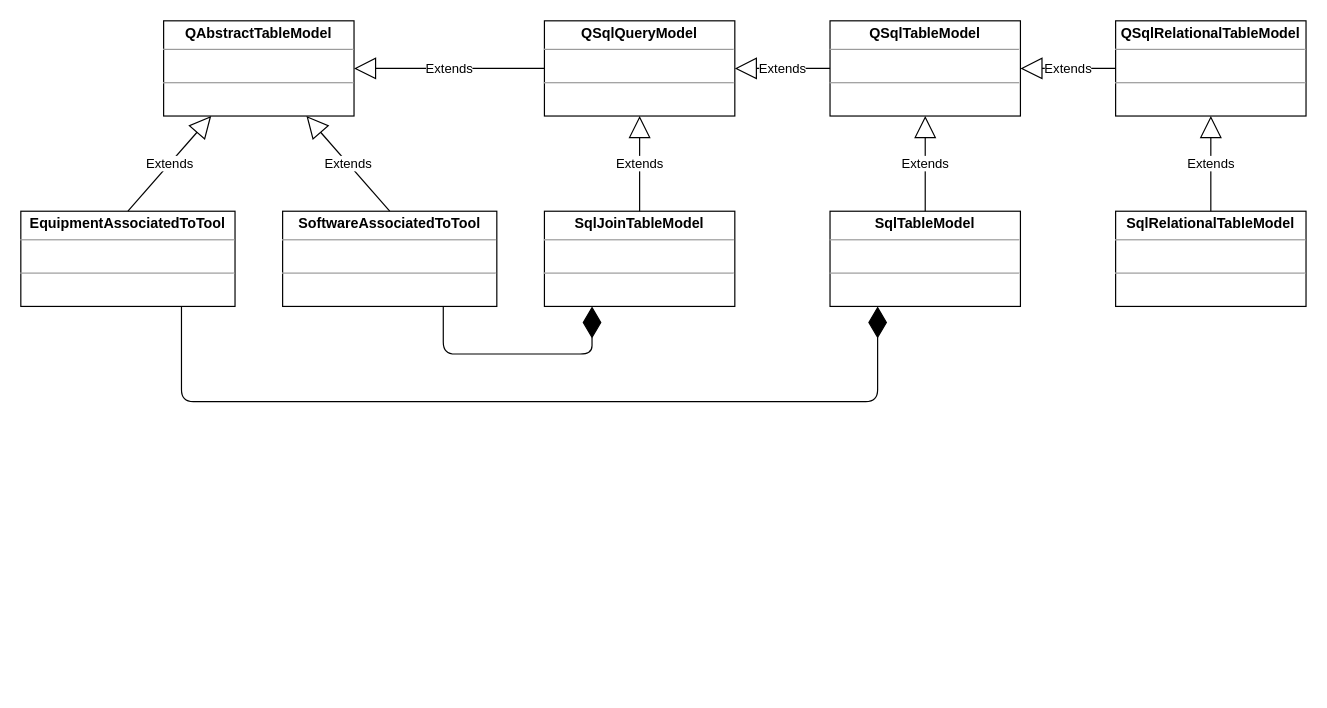
Earlier version of the draw.io diagram page "sqlmodels" (4 of 9) of toolsDB.drawio (behej/toolsDB). Source tidied: cells renumbered, new cells numbered last; positions are measured from the earlier drawing's top-left corner, leaving out a move shared by most shapes. Both pictures are drawn from the tidied source at 119%, with x=0, y=0 at pixel (20, 20).
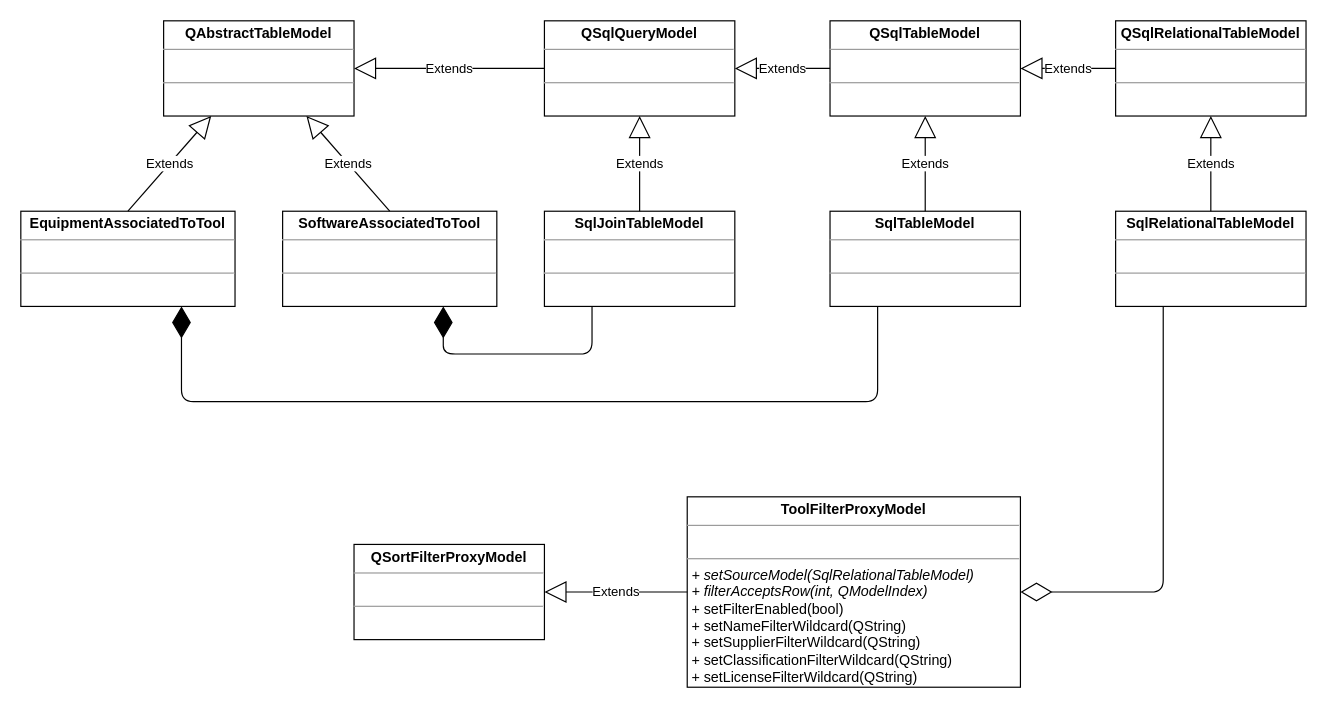
Above is the later version.

The change refers to these unchanged cells:
```xml
<mxCell id="2" value="&lt;p style=&quot;margin: 0px ; margin-top: 4px ; text-align: center&quot;&gt;&lt;b&gt;SqlTableModel&lt;/b&gt;&lt;/p&gt;&lt;hr size=&quot;1&quot;&gt;&lt;p style=&quot;margin: 0px ; margin-left: 4px&quot;&gt;&lt;br&gt;&lt;/p&gt;&lt;hr size=&quot;1&quot;&gt;&lt;p style=&quot;margin: 0px ; margin-left: 4px&quot;&gt;&amp;nbsp;&lt;/p&gt;" style="verticalAlign=top;align=left;overflow=fill;fontSize=12;fontFamily=Helvetica;html=1;" parent="1" vertex="1">
  <mxGeometry x="680" y="160" width="160" height="80" as="geometry" />
</mxCell>
<mxCell id="5" value="&lt;p style=&quot;margin: 0px ; margin-top: 4px ; text-align: center&quot;&gt;&lt;b&gt;SqlRelationalTableModel&lt;/b&gt;&lt;/p&gt;&lt;hr size=&quot;1&quot;&gt;&lt;p style=&quot;margin: 0px ; margin-left: 4px&quot;&gt;&lt;br&gt;&lt;/p&gt;&lt;hr size=&quot;1&quot;&gt;&lt;p style=&quot;margin: 0px ; margin-left: 4px&quot;&gt;&lt;br&gt;&lt;/p&gt;" style="verticalAlign=top;align=left;overflow=fill;fontSize=12;fontFamily=Helvetica;html=1;" parent="1" vertex="1">
  <mxGeometry x="920" y="160" width="160" height="80" as="geometry" />
</mxCell>
<mxCell id="8" value="&lt;p style=&quot;margin: 0px ; margin-top: 4px ; text-align: center&quot;&gt;&lt;b&gt;SqlJoinTableModel&lt;/b&gt;&lt;/p&gt;&lt;hr size=&quot;1&quot;&gt;&lt;p style=&quot;margin: 0px ; margin-left: 4px&quot;&gt;&lt;br&gt;&lt;/p&gt;&lt;hr size=&quot;1&quot;&gt;&lt;p style=&quot;margin: 0px ; margin-left: 4px&quot;&gt;&lt;br&gt;&lt;/p&gt;" style="verticalAlign=top;align=left;overflow=fill;fontSize=12;fontFamily=Helvetica;html=1;" parent="1" vertex="1">
  <mxGeometry x="440" y="160" width="160" height="80" as="geometry" />
</mxCell>
<mxCell id="15" value="&lt;p style=&quot;margin: 0px ; margin-top: 4px ; text-align: center&quot;&gt;&lt;b&gt;SoftwareAssociatedToTool&lt;/b&gt;&lt;/p&gt;&lt;hr size=&quot;1&quot;&gt;&lt;p style=&quot;margin: 0px ; margin-left: 4px&quot;&gt;&lt;br&gt;&lt;/p&gt;&lt;hr size=&quot;1&quot;&gt;&lt;p style=&quot;margin: 0px ; margin-left: 4px&quot;&gt;&lt;br&gt;&lt;/p&gt;" style="verticalAlign=top;align=left;overflow=fill;fontSize=12;fontFamily=Helvetica;html=1;" parent="1" vertex="1">
  <mxGeometry x="220" y="160" width="180" height="80" as="geometry" />
</mxCell>
<mxCell id="17" value="&lt;p style=&quot;margin: 0px ; margin-top: 4px ; text-align: center&quot;&gt;&lt;b&gt;EquipmentAssociatedToTool&lt;/b&gt;&lt;/p&gt;&lt;hr size=&quot;1&quot;&gt;&lt;p style=&quot;margin: 0px ; margin-left: 4px&quot;&gt;&lt;br&gt;&lt;/p&gt;&lt;hr size=&quot;1&quot;&gt;&lt;p style=&quot;margin: 0px ; margin-left: 4px&quot;&gt;&lt;br&gt;&lt;/p&gt;" style="verticalAlign=top;align=left;overflow=fill;fontSize=12;fontFamily=Helvetica;html=1;" parent="1" vertex="1">
  <mxGeometry y="160" width="180" height="80" as="geometry" />
</mxCell>
```

Change to the diagram source:
```diff
@@
-    <mxCell id="19" style="endArrow=diamondThin;endFill=1;endSize=24;html=1;exitX=0.75;exitY=1;exitDx=0;exitDy=0;entryX=0.25;entryY=1;entryDx=0;entryDy=0;edgeStyle=orthogonalEdgeStyle;" parent="1" edge="1" source="17" target="2">
+    <mxCell id="19" style="endArrow=diamondThin;endFill=1;endSize=24;html=1;exitX=0.25;exitY=1;exitDx=0;exitDy=0;edgeStyle=orthogonalEdgeStyle;entryX=0.75;entryY=1;entryDx=0;entryDy=0;" parent="1" edge="1" source="2" target="17">
       <mxGeometry relative="1" as="geometry">
         <Array as="points">
+          <mxPoint x="720" y="320" />
           <mxPoint x="135" y="320" />
-          <mxPoint x="720" y="320" />
         </Array>
       </mxGeometry>
     </mxCell>
-    <mxCell id="20" style="endArrow=diamondThin;endFill=1;endSize=24;html=1;exitX=0.75;exitY=1;exitDx=0;exitDy=0;entryX=0.25;entryY=1;entryDx=0;entryDy=0;edgeStyle=orthogonalEdgeStyle;" parent="1" edge="1" source="15" target="8">
+    <mxCell id="20" style="endArrow=diamondThin;endFill=1;endSize=24;html=1;entryX=0.75;entryY=1;entryDx=0;entryDy=0;edgeStyle=orthogonalEdgeStyle;exitX=0.25;exitY=1;exitDx=0;exitDy=0;" parent="1" edge="1" source="8" target="15">
       <mxGeometry relative="1" as="geometry">
         <Array as="points">
+          <mxPoint x="480" y="280" />
           <mxPoint x="355" y="280" />
-          <mxPoint x="480" y="280" />
         </Array>
       </mxGeometry>
     </mxCell>
+    <mxCell id="21" value="&lt;p style=&quot;margin: 0px ; margin-top: 4px ; text-align: center&quot;&gt;&lt;b&gt;QSortFilterProxyModel&lt;/b&gt;&lt;/p&gt;&lt;hr size=&quot;1&quot;&gt;&lt;p style=&quot;margin: 0px ; margin-left: 4px&quot;&gt;&lt;br&gt;&lt;/p&gt;&lt;hr size=&quot;1&quot;&gt;&lt;p style=&quot;margin: 0px ; margin-left: 4px&quot;&gt;&lt;br&gt;&lt;/p&gt;" style="verticalAlign=top;align=left;overflow=fill;fontSize=12;fontFamily=Helvetica;html=1;" parent="1" vertex="1">
+      <mxGeometry x="280" y="440" width="160" height="80" as="geometry" />
+    </mxCell>
+    <mxCell id="22" value="&lt;p style=&quot;margin: 0px ; margin-top: 4px ; text-align: center&quot;&gt;&lt;b&gt;ToolFilterProxyModel&lt;/b&gt;&lt;/p&gt;&lt;hr size=&quot;1&quot;&gt;&lt;p style=&quot;margin: 0px ; margin-left: 4px&quot;&gt;&lt;br&gt;&lt;/p&gt;&lt;hr size=&quot;1&quot;&gt;&lt;p style=&quot;margin: 0px ; margin-left: 4px&quot;&gt;&lt;i&gt;+ setSourceModel(SqlRelationalTableModel)&lt;/i&gt;&lt;/p&gt;&lt;p style=&quot;margin: 0px ; margin-left: 4px&quot;&gt;&lt;i&gt;+ filterAcceptsRow(int, QModelIndex)&lt;/i&gt;&lt;/p&gt;&lt;p style=&quot;margin: 0px ; margin-left: 4px&quot;&gt;+ setFilterEnabled(bool)&lt;/p&gt;&lt;p style=&quot;margin: 0px ; margin-left: 4px&quot;&gt;+ setNameFilterWildcard(QString)&lt;/p&gt;&lt;p style=&quot;margin: 0px ; margin-left: 4px&quot;&gt;+ setSupplierFilterWildcard(QString)&lt;/p&gt;&lt;p style=&quot;margin: 0px ; margin-left: 4px&quot;&gt;+ setClassificationFilterWildcard(QString)&lt;/p&gt;&lt;p style=&quot;margin: 0px ; margin-left: 4px&quot;&gt;+ setLicenseFilterWildcard(QString)&lt;/p&gt;" style="verticalAlign=top;align=left;overflow=fill;fontSize=12;fontFamily=Helvetica;html=1;" parent="1" vertex="1">
+      <mxGeometry x="560" y="400" width="280" height="160" as="geometry" />
+    </mxCell>
+    <mxCell id="23" value="Extends" style="endArrow=block;endSize=16;endFill=0;html=1;entryX=1;entryY=0.5;entryDx=0;entryDy=0;exitX=0;exitY=0.5;exitDx=0;exitDy=0;" parent="1" edge="1" source="22" target="21">
+      <mxGeometry relative="1" as="geometry" />
+    </mxCell>
+    <mxCell id="24" style="endArrow=diamondThin;endFill=0;endSize=24;html=1;exitX=0.25;exitY=1;exitDx=0;exitDy=0;edgeStyle=orthogonalEdgeStyle;entryX=1;entryY=0.5;entryDx=0;entryDy=0;" parent="1" edge="1" source="5" target="22">
+      <mxGeometry relative="1" as="geometry">
+        <Array as="points">
+          <mxPoint x="960" y="480" />
+        </Array>
+      </mxGeometry>
+    </mxCell>
```
